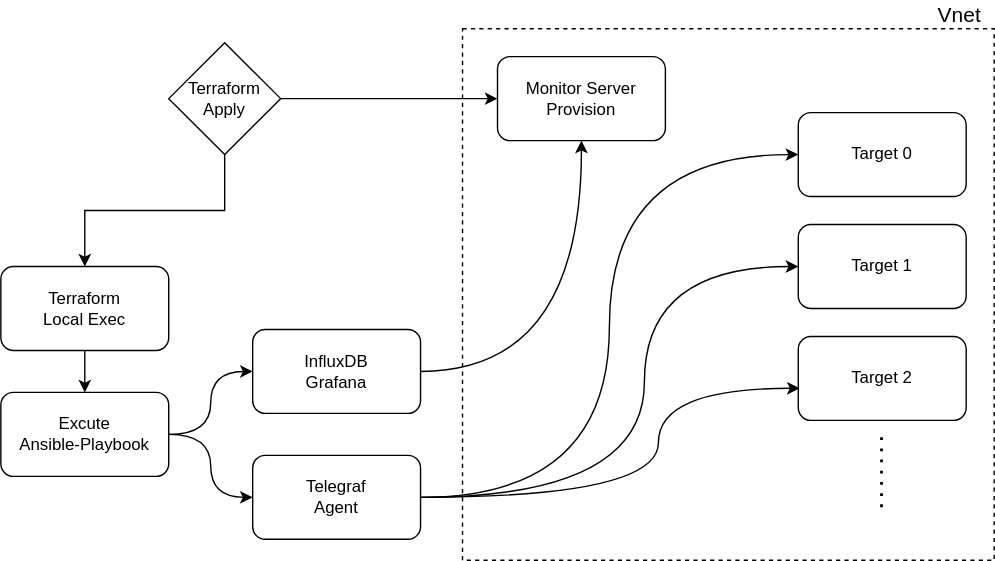
The draw.io diagram images/tig.svg in hyukjuns/tig-packer-terraform-ansible, before a commit. Source tidied: cells renumbered, new cells last; positions are measured from the earlier drawing's top-left corner, leaving out a move shared by most shapes.
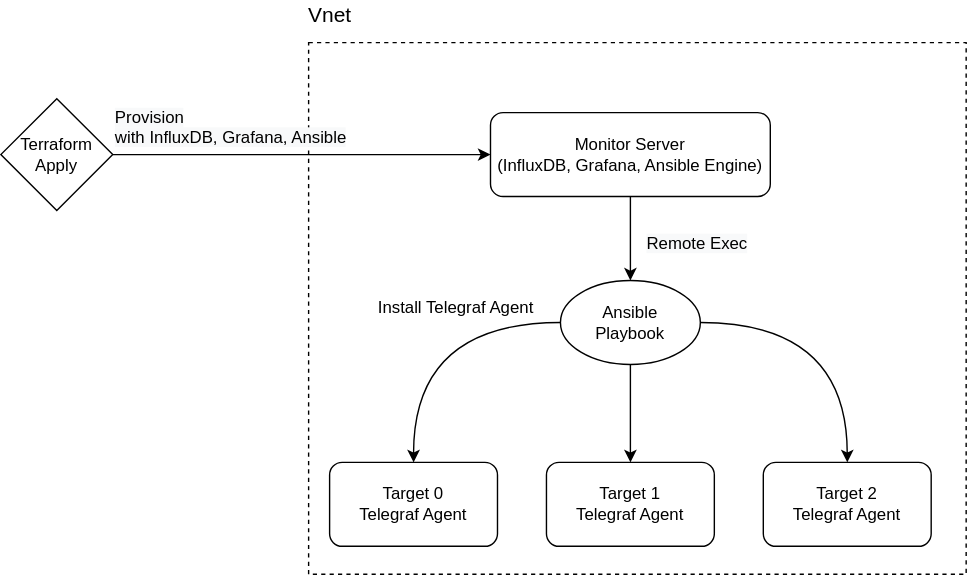
Above is the later version.

What changed in the source:
```diff
@@ -2,85 +2,53 @@
   <root>
     <mxCell id="0" />
     <mxCell id="1" parent="0" />
-    <mxCell id="2" style="rounded=0;whiteSpace=wrap;html=1;dashed=1;fillColor=none;" parent="1" vertex="1">
-      <mxGeometry x="330" y="20" width="380" height="380" as="geometry" />
-    </mxCell>
-    <mxCell id="3" style="edgeStyle=orthogonalEdgeStyle;rounded=0;jettySize=auto;html=1;exitX=1;exitY=0.5;exitDx=0;exitDy=0;entryX=0;entryY=0.5;entryDx=0;entryDy=0;" parent="1" edge="1" source="8" target="5">
-      <mxGeometry relative="1" as="geometry" />
-    </mxCell>
-    <mxCell id="4" style="edgeStyle=orthogonalEdgeStyle;rounded=0;jettySize=auto;html=1;exitX=0.5;exitY=1;exitDx=0;exitDy=0;entryX=0.5;entryY=0;entryDx=0;entryDy=0;" parent="1" edge="1" source="8" target="7">
-      <mxGeometry relative="1" as="geometry" />
-    </mxCell>
-    <mxCell id="5" value="Monitor Server&lt;br&gt;Provision" style="rounded=1;whiteSpace=wrap;html=1;" parent="1" vertex="1">
-      <mxGeometry x="355" y="40" width="120" height="60" as="geometry" />
-    </mxCell>
-    <mxCell id="6" style="edgeStyle=orthogonalEdgeStyle;curved=1;jettySize=auto;html=1;entryX=0.5;entryY=0;entryDx=0;entryDy=0;" parent="1" edge="1" source="7" target="16">
-      <mxGeometry relative="1" as="geometry" />
-    </mxCell>
-    <mxCell id="7" value="Terraform&lt;br&gt;Local Exec" style="rounded=1;whiteSpace=wrap;html=1;" parent="1" vertex="1">
-      <mxGeometry y="190" width="120" height="60" as="geometry" />
-    </mxCell>
+    <mxCell id="23" style="rounded=0;whiteSpace=wrap;html=1;dashed=1;fillColor=none;" parent="1" vertex="1">
+      <mxGeometry x="260" y="100" width="470" height="380" as="geometry" />
+    </mxCell>
+    <mxCell id="24" style="edgeStyle=orthogonalEdgeStyle;rounded=0;jettySize=auto;html=1;exitX=1;exitY=0.5;exitDx=0;exitDy=0;entryX=0;entryY=0.5;entryDx=0;entryDy=0;" parent="1" edge="1" source="8" target="26">
+      <mxGeometry relative="1" as="geometry" />
+    </mxCell>
+    <mxCell id="25" style="edgeStyle=orthogonalEdgeStyle;curved=1;jettySize=auto;html=1;entryX=0.5;entryY=0;entryDx=0;entryDy=0;" parent="1" edge="1" source="26" target="35">
+      <mxGeometry relative="1" as="geometry" />
+    </mxCell>
+    <mxCell id="26" value="Monitor Server&lt;br&gt;(InfluxDB, Grafana, Ansible Engine)" style="rounded=1;whiteSpace=wrap;html=1;" parent="1" vertex="1">
+      <mxGeometry x="390" y="150" width="200" height="60" as="geometry" />
+    </mxCell>
     <mxCell id="8" value="Terraform&lt;br&gt;Apply" style="rhombus;whiteSpace=wrap;html=1;" parent="1" vertex="1">
-      <mxGeometry x="120" y="30" width="80" height="80" as="geometry" />
+      <mxGeometry x="40" y="140" width="80" height="80" as="geometry" />
     </mxCell>
     <mxCell id="9" value="&lt;font style=&quot;font-size: 15px&quot;&gt;Vnet&lt;/font&gt;" style="text;html=1;align=center;verticalAlign=middle;strokeColor=none;" parent="1" vertex="1">
-      <mxGeometry x="660" width="50" height="20" as="geometry" />
+      <mxGeometry x="250" y="70" width="50" height="20" as="geometry" />
     </mxCell>
-    <mxCell id="10" value="Target 0" style="rounded=1;whiteSpace=wrap;html=1;" parent="1" vertex="1">
-      <mxGeometry x="570" y="80" width="120" height="60" as="geometry" />
-    </mxCell>
-    <mxCell id="11" value="Target 1" style="rounded=1;whiteSpace=wrap;html=1;" parent="1" vertex="1">
-      <mxGeometry x="570" y="160" width="120" height="60" as="geometry" />
-    </mxCell>
-    <mxCell id="12" value="Target 2" style="rounded=1;whiteSpace=wrap;html=1;" parent="1" vertex="1">
-      <mxGeometry x="570" y="240" width="120" height="60" as="geometry" />
-    </mxCell>
-    <mxCell id="13" style="endArrow=none;dashed=1;html=1;dashPattern=1 3;strokeWidth=2;rounded=0;edgeStyle=orthogonalEdgeStyle;" parent="1" edge="1">
-      <mxGeometry relative="1" as="geometry">
-        <mxPoint x="629.5" y="362" as="sourcePoint" />
-        <mxPoint x="629.5" y="312" as="targetPoint" />
-        <Array as="points">
-          <mxPoint x="630" y="332" />
-          <mxPoint x="630" y="332" />
-        </Array>
-      </mxGeometry>
-    </mxCell>
-    <mxCell id="14" style="edgeStyle=orthogonalEdgeStyle;curved=1;jettySize=auto;html=1;entryX=0;entryY=0.5;entryDx=0;entryDy=0;" parent="1" edge="1" source="16" target="18">
-      <mxGeometry relative="1" as="geometry" />
-    </mxCell>
-    <mxCell id="15" style="edgeStyle=orthogonalEdgeStyle;curved=1;jettySize=auto;html=1;" parent="1" edge="1" source="16" target="22">
-      <mxGeometry relative="1" as="geometry" />
-    </mxCell>
-    <mxCell id="16" value="Excute&lt;br&gt;Ansible-Playbook" style="rounded=1;whiteSpace=wrap;html=1;" parent="1" vertex="1">
-      <mxGeometry y="280" width="120" height="60" as="geometry" />
-    </mxCell>
-    <mxCell id="17" style="edgeStyle=orthogonalEdgeStyle;curved=1;jettySize=auto;html=1;" parent="1" edge="1" source="18" target="5">
-      <mxGeometry relative="1" as="geometry" />
-    </mxCell>
-    <mxCell id="18" value="InfluxDB&lt;br&gt;Grafana" style="rounded=1;whiteSpace=wrap;html=1;" parent="1" vertex="1">
-      <mxGeometry x="180" y="235" width="120" height="60" as="geometry" />
-    </mxCell>
-    <mxCell id="19" style="edgeStyle=orthogonalEdgeStyle;curved=1;jettySize=auto;html=1;entryX=0;entryY=0.5;entryDx=0;entryDy=0;" parent="1" edge="1" source="22" target="10">
-      <mxGeometry relative="1" as="geometry" />
-    </mxCell>
-    <mxCell id="20" style="edgeStyle=orthogonalEdgeStyle;curved=1;jettySize=auto;html=1;entryX=0;entryY=0.5;entryDx=0;entryDy=0;" parent="1" edge="1" source="22" target="11">
-      <mxGeometry relative="1" as="geometry">
-        <Array as="points">
-          <mxPoint x="460" y="355" />
-          <mxPoint x="460" y="190" />
-        </Array>
-      </mxGeometry>
-    </mxCell>
-    <mxCell id="21" style="edgeStyle=orthogonalEdgeStyle;curved=1;jettySize=auto;html=1;entryX=0.008;entryY=0.617;entryDx=0;entryDy=0;entryPerimeter=0;" parent="1" edge="1" source="22" target="12">
-      <mxGeometry relative="1" as="geometry">
-        <Array as="points">
-          <mxPoint x="470" y="355" />
-          <mxPoint x="470" y="277" />
-        </Array>
-      </mxGeometry>
-    </mxCell>
-    <mxCell id="22" value="Telegraf&lt;br&gt;Agent" style="rounded=1;whiteSpace=wrap;html=1;" parent="1" vertex="1">
-      <mxGeometry x="180" y="325" width="120" height="60" as="geometry" />
-    </mxCell>
+    <mxCell id="27" value="Target 0&lt;br&gt;Telegraf Agent" style="rounded=1;whiteSpace=wrap;html=1;" parent="1" vertex="1">
+      <mxGeometry x="275" y="400" width="120" height="60" as="geometry" />
+    </mxCell>
+    <mxCell id="28" value="Target 1&lt;br&gt;Telegraf Agent" style="rounded=1;whiteSpace=wrap;html=1;" parent="1" vertex="1">
+      <mxGeometry x="430" y="400" width="120" height="60" as="geometry" />
+    </mxCell>
+    <mxCell id="29" value="Target 2&lt;br&gt;Telegraf Agent" style="rounded=1;whiteSpace=wrap;html=1;" parent="1" vertex="1">
+      <mxGeometry x="585" y="400" width="120" height="60" as="geometry" />
+    </mxCell>
+    <mxCell id="30" value="&lt;span style=&quot;color: rgb(0, 0, 0); font-family: helvetica; font-size: 12px; font-style: normal; font-weight: 400; letter-spacing: normal; text-align: center; text-indent: 0px; text-transform: none; word-spacing: 0px; background-color: rgb(248, 249, 250); display: inline; float: none;&quot;&gt;Provision&lt;/span&gt;&lt;br style=&quot;color: rgb(0, 0, 0); font-family: helvetica; font-size: 12px; font-style: normal; font-weight: 400; letter-spacing: normal; text-align: center; text-indent: 0px; text-transform: none; word-spacing: 0px; background-color: rgb(248, 249, 250);&quot;&gt;&lt;span style=&quot;color: rgb(0, 0, 0); font-family: helvetica; font-size: 12px; font-style: normal; font-weight: 400; letter-spacing: normal; text-align: center; text-indent: 0px; text-transform: none; word-spacing: 0px; background-color: rgb(248, 249, 250); display: inline; float: none;&quot;&gt;with InfluxDB, Grafana, Ansible&lt;/span&gt;" style="text;whiteSpace=wrap;html=1;" parent="1" vertex="1">
+      <mxGeometry x="120" y="140" width="190" height="40" as="geometry" />
+    </mxCell>
+    <mxCell id="31" value="&lt;font style=&quot;font-size: 12px&quot;&gt;Install Telegraf Agent&lt;/font&gt;" style="text;html=1;align=center;verticalAlign=middle;strokeColor=none;" parent="1" vertex="1">
+      <mxGeometry x="300" y="280" width="130" height="20" as="geometry" />
+    </mxCell>
+    <mxCell id="32" style="edgeStyle=orthogonalEdgeStyle;curved=1;jettySize=auto;html=1;entryX=0.5;entryY=0;entryDx=0;entryDy=0;" parent="1" edge="1" source="35" target="27">
+      <mxGeometry relative="1" as="geometry" />
+    </mxCell>
+    <mxCell id="33" style="edgeStyle=orthogonalEdgeStyle;curved=1;jettySize=auto;html=1;entryX=0.5;entryY=0;entryDx=0;entryDy=0;" parent="1" edge="1" source="35" target="29">
+      <mxGeometry relative="1" as="geometry" />
+    </mxCell>
+    <mxCell id="34" style="edgeStyle=orthogonalEdgeStyle;curved=1;jettySize=auto;html=1;entryX=0.5;entryY=0;entryDx=0;entryDy=0;" parent="1" edge="1" source="35" target="28">
+      <mxGeometry relative="1" as="geometry" />
+    </mxCell>
+    <mxCell id="35" value="&lt;span&gt;Ansible&lt;/span&gt;&lt;br&gt;&lt;span&gt;Playbook&lt;/span&gt;" style="ellipse;whiteSpace=wrap;html=1;" parent="1" vertex="1">
+      <mxGeometry x="440" y="270" width="100" height="60" as="geometry" />
+    </mxCell>
+    <mxCell id="36" value="&lt;span style=&quot;color: rgb(0 , 0 , 0) ; font-family: &amp;#34;helvetica&amp;#34; ; font-style: normal ; font-weight: 400 ; letter-spacing: normal ; text-align: center ; text-indent: 0px ; text-transform: none ; word-spacing: 0px ; background-color: rgb(248 , 249 , 250)&quot;&gt;&lt;font style=&quot;font-size: 12px&quot;&gt;Remote Exec&lt;/font&gt;&lt;/span&gt;" style="text;whiteSpace=wrap;html=1;" parent="1" vertex="1">
+      <mxGeometry x="500" y="230" width="100" height="30" as="geometry" />
+    </mxCell>
   </root>
 </mxGraphModel>
```
